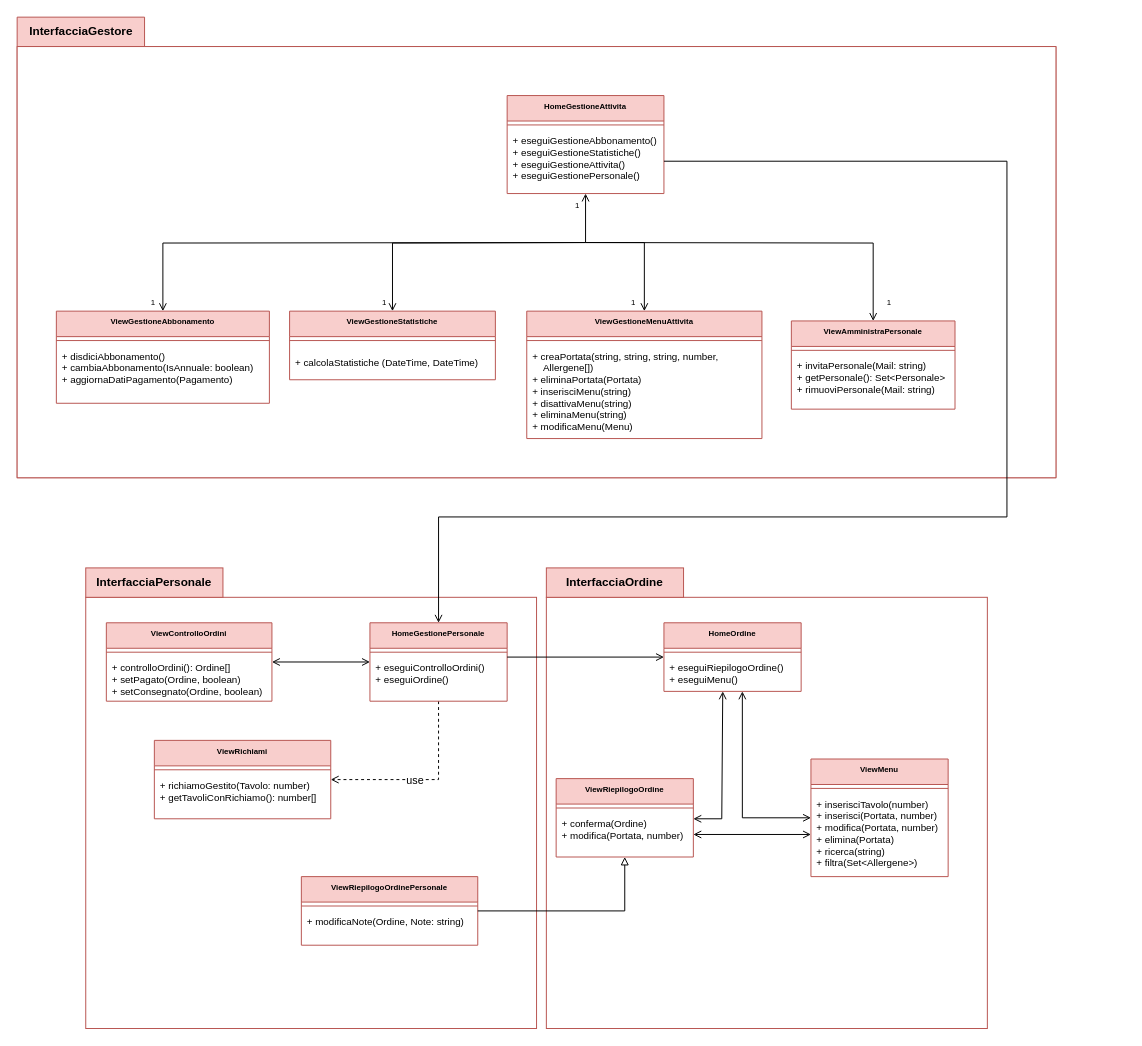
The draw.io diagram page "Gestore/Personale" (2 of 3) of progettazione/dettaglio/dettaglioView.drawio in Marco-Burattoni/Progetto-ids, before the edit. Source tidied: cells renumbered, new cells numbered last; positions are measured from the earlier drawing's top-left corner, leaving out a move shared by most shapes. Both pictures are drawn from the tidied source at 98%, with x=0, y=0 at pixel (17, 17).
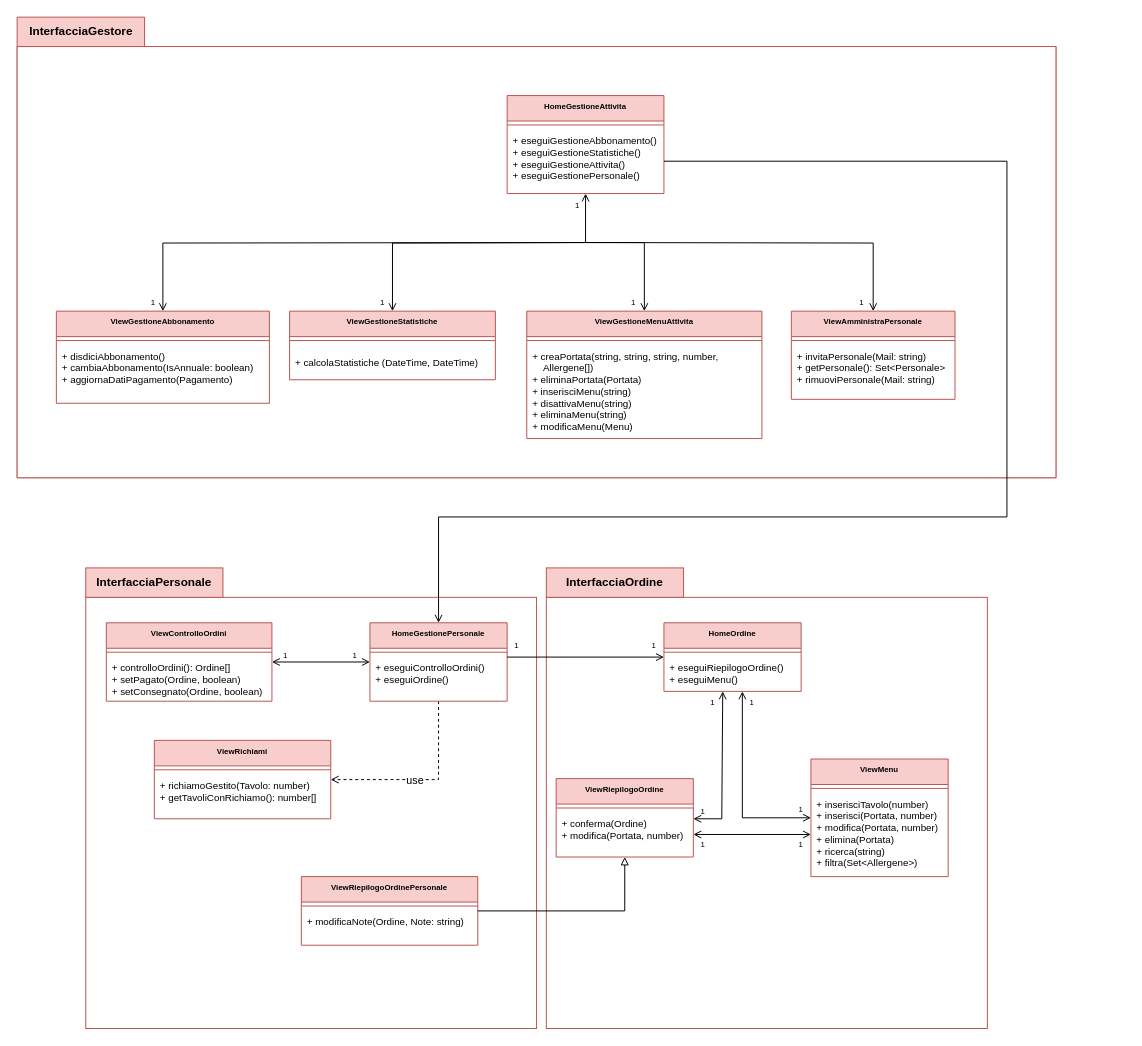
The same diagram, later.

Unchanged cells that the change refers to:
```xml
<mxCell id="4" style="group;" parent="1" vertex="1">
  <mxGeometry x="70" y="562" width="1060" height="470" as="geometry" />
</mxCell>
<mxCell id="26" value="&lt;font style=&quot;font-size: 12px;&quot;&gt;InterfacciaGestore&lt;/font&gt;" style="shape=folder;fontStyle=1;tabWidth=130;tabHeight=30;tabPosition=left;html=1;boundedLbl=1;labelInHeader=1;fillStyle=auto;strokeColor=#B85450;fontSize=8;fillColor=#F8CECC;gradientColor=none;" parent="1" vertex="1">
  <mxGeometry width="1060" height="470" as="geometry" />
</mxCell>
```

Diff of the diagram source:
```diff
@@
+    <mxCell id="63" value="&lt;font style=&quot;font-size: 8px;&quot;&gt;1&lt;/font&gt;" style="text;html=1;strokeColor=none;fillColor=none;align=center;verticalAlign=middle;whiteSpace=wrap;rounded=0;fontSize=10;" parent="4" vertex="1">
+      <mxGeometry x="194" y="78" width="20" height="20" as="geometry" />
+    </mxCell>
+    <mxCell id="64" value="&lt;font style=&quot;font-size: 8px;&quot;&gt;1&lt;/font&gt;" style="text;html=1;strokeColor=none;fillColor=none;align=center;verticalAlign=middle;whiteSpace=wrap;rounded=0;fontSize=10;" parent="4" vertex="1">
+      <mxGeometry x="265" y="78" width="20" height="20" as="geometry" />
+    </mxCell>
+    <mxCell id="65" value="&lt;font style=&quot;font-size: 8px;&quot;&gt;1&lt;/font&gt;" style="text;html=1;strokeColor=none;fillColor=none;align=center;verticalAlign=middle;whiteSpace=wrap;rounded=0;fontSize=10;" parent="4" vertex="1">
+      <mxGeometry x="670" y="126" width="20" height="20" as="geometry" />
+    </mxCell>
+    <mxCell id="66" value="&lt;font style=&quot;font-size: 8px;&quot;&gt;1&lt;/font&gt;" style="text;html=1;strokeColor=none;fillColor=none;align=center;verticalAlign=middle;whiteSpace=wrap;rounded=0;fontSize=10;" parent="4" vertex="1">
+      <mxGeometry x="720" y="236" width="20" height="20" as="geometry" />
+    </mxCell>
+    <mxCell id="67" value="&lt;font style=&quot;font-size: 8px;&quot;&gt;1&lt;/font&gt;" style="text;html=1;strokeColor=none;fillColor=none;align=center;verticalAlign=middle;whiteSpace=wrap;rounded=0;fontSize=10;" parent="4" vertex="1">
+      <mxGeometry x="630" y="126" width="20" height="20" as="geometry" />
+    </mxCell>
+    <mxCell id="68" value="&lt;font style=&quot;font-size: 8px;&quot;&gt;1&lt;/font&gt;" style="text;html=1;strokeColor=none;fillColor=none;align=center;verticalAlign=middle;whiteSpace=wrap;rounded=0;fontSize=10;" parent="4" vertex="1">
+      <mxGeometry x="430" y="68" width="20" height="20" as="geometry" />
+    </mxCell>
+    <mxCell id="69" value="&lt;font style=&quot;font-size: 8px;&quot;&gt;1&lt;/font&gt;" style="text;html=1;strokeColor=none;fillColor=none;align=center;verticalAlign=middle;whiteSpace=wrap;rounded=0;fontSize=10;" parent="4" vertex="1">
+      <mxGeometry x="570" y="68" width="20" height="20" as="geometry" />
+    </mxCell>
@@
     <mxCell id="36" value="&lt;font style=&quot;font-size: 8px;&quot;&gt;1&lt;/font&gt;" style="text;html=1;strokeColor=none;fillColor=none;align=center;verticalAlign=middle;whiteSpace=wrap;rounded=0;fontSize=10;" parent="26" vertex="1">
-      <mxGeometry x="365" y="280" width="20" height="20" as="geometry" />
+      <mxGeometry x="363" y="280" width="20" height="20" as="geometry" />
     </mxCell>
@@
     <mxCell id="38" value="&lt;font style=&quot;font-size: 8px;&quot;&gt;1&lt;/font&gt;" style="text;html=1;strokeColor=none;fillColor=none;align=center;verticalAlign=middle;whiteSpace=wrap;rounded=0;fontSize=10;" parent="26" vertex="1">
-      <mxGeometry x="880" y="280" width="20" height="20" as="geometry" />
+      <mxGeometry x="852" y="280" width="20" height="20" as="geometry" />
     </mxCell>
@@
     <mxCell id="40" value="ViewAmministraPersonale" style="swimlane;fontStyle=1;align=center;verticalAlign=top;horizontal=1;startSize=26;fontSize=8;fillColor=#F8CECC;strokeColor=#B85450;" parent="26" vertex="1">
-      <mxGeometry x="790" y="310" width="167" height="90" as="geometry" />
+      <mxGeometry x="790" y="300" width="167" height="90" as="geometry" />
     </mxCell>
@@
+    <mxCell id="70" value="&lt;font style=&quot;font-size: 8px;&quot;&gt;1&lt;/font&gt;" style="text;html=1;strokeColor=none;fillColor=none;align=center;verticalAlign=middle;whiteSpace=wrap;rounded=0;fontSize=10;" parent="1" vertex="1">
+      <mxGeometry x="790" y="833" width="20" height="20" as="geometry" />
+    </mxCell>
+    <mxCell id="71" value="&lt;font style=&quot;font-size: 8px;&quot;&gt;1&lt;/font&gt;" style="text;html=1;strokeColor=none;fillColor=none;align=center;verticalAlign=middle;whiteSpace=wrap;rounded=0;fontSize=10;" parent="1" vertex="1">
+      <mxGeometry x="690" y="833" width="20" height="20" as="geometry" />
+    </mxCell>
+    <mxCell id="72" value="&lt;font style=&quot;font-size: 8px;&quot;&gt;1&lt;/font&gt;" style="text;html=1;strokeColor=none;fillColor=none;align=center;verticalAlign=middle;whiteSpace=wrap;rounded=0;fontSize=10;" parent="1" vertex="1">
+      <mxGeometry x="690" y="800" width="20" height="20" as="geometry" />
+    </mxCell>
```
